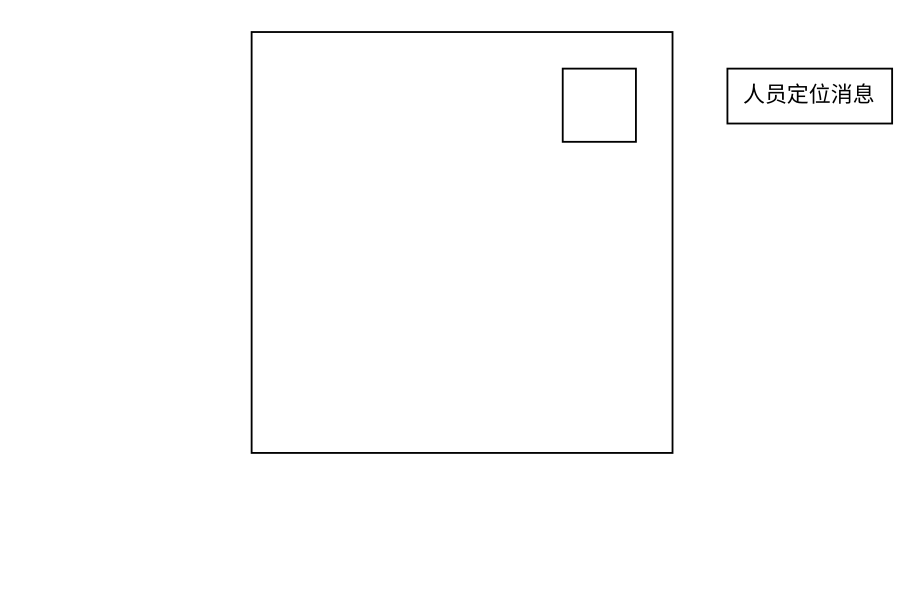
Before: 未命名绘图.drawio in tongchengjiushi/blog, a draw.io diagram. Source tidied: cells renumbered, new cells numbered last; positions are measured from the earlier drawing's top-left corner, leaving out a move shared by most shapes. Both pictures are drawn from the tidied source at 183%, with x=0, y=0 at pixel (251, 31).
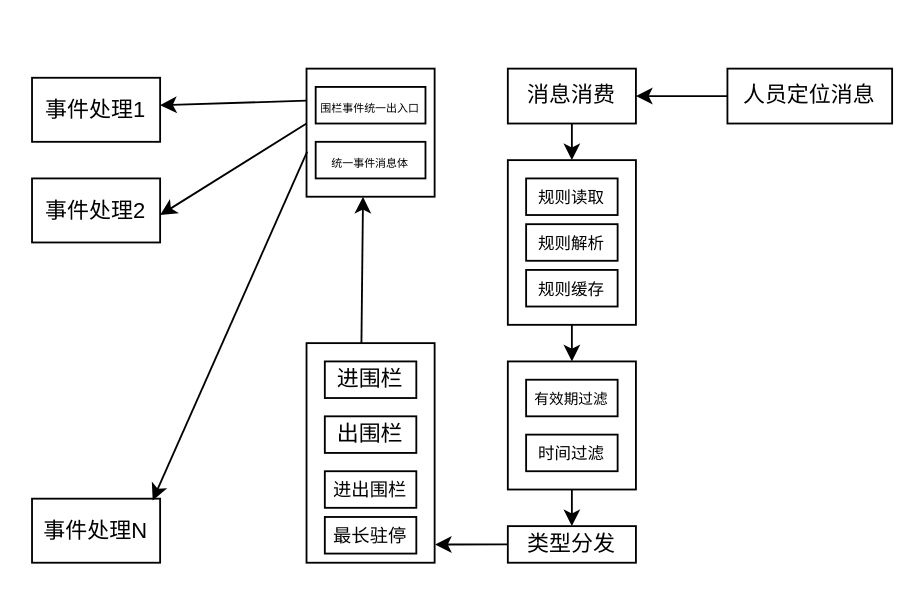
After the change.

Commit message:
围栏整体流程.drawio

The change refers to these unchanged cells:
```xml
<mxCell id="4" value="人员定位消息" style="rounded=0;whiteSpace=wrap;html=1;" parent="1" vertex="1">
  <mxGeometry x="260" y="20" width="90" height="30" as="geometry" />
</mxCell>
```

The edit, as a diff of the source:
```diff
@@
-    <mxCell id="2" style="whiteSpace=wrap;html=1;" parent="1" vertex="1">
-      <mxGeometry width="230" height="230" as="geometry" />
-    </mxCell>
-    <mxCell id="3" style="whiteSpace=wrap;html=1;" parent="1" vertex="1">
-      <mxGeometry x="170" y="20" width="40" height="40" as="geometry" />
-    </mxCell>
@@
+    <mxCell id="5" value="消息消费" style="rounded=0;whiteSpace=wrap;html=1;" parent="1" vertex="1">
+      <mxGeometry x="140" y="20" width="70" height="30" as="geometry" />
+    </mxCell>
+    <mxCell id="6" style="rounded=0;whiteSpace=wrap;html=1;" parent="1" vertex="1">
+      <mxGeometry x="140" y="70" width="70" height="90" as="geometry" />
+    </mxCell>
+    <mxCell id="7" value="&lt;font style=&quot;font-size: 9px;&quot;&gt;规则读取&lt;/font&gt;" style="rounded=0;whiteSpace=wrap;html=1;" parent="1" vertex="1">
+      <mxGeometry x="150" y="80" width="50" height="20" as="geometry" />
+    </mxCell>
+    <mxCell id="8" value="&lt;font style=&quot;font-size: 9px;&quot;&gt;规则解析&lt;/font&gt;" style="rounded=0;whiteSpace=wrap;html=1;" parent="1" vertex="1">
+      <mxGeometry x="150" y="105" width="50" height="20" as="geometry" />
+    </mxCell>
+    <mxCell id="9" value="&lt;font style=&quot;font-size: 9px;&quot;&gt;规则缓存&lt;/font&gt;" style="rounded=0;whiteSpace=wrap;html=1;" parent="1" vertex="1">
+      <mxGeometry x="150" y="130" width="50" height="20" as="geometry" />
+    </mxCell>
+    <mxCell id="10" style="rounded=0;whiteSpace=wrap;html=1;" parent="1" vertex="1">
+      <mxGeometry x="140" y="180" width="70" height="70" as="geometry" />
+    </mxCell>
+    <mxCell id="11" value="&lt;font style=&quot;font-size: 8px;&quot;&gt;有效期过滤&lt;/font&gt;" style="rounded=0;whiteSpace=wrap;html=1;" parent="1" vertex="1">
+      <mxGeometry x="150" y="190" width="50" height="20" as="geometry" />
+    </mxCell>
+    <mxCell id="12" value="&lt;font style=&quot;font-size: 9px;&quot;&gt;时间过滤&lt;/font&gt;" style="rounded=0;whiteSpace=wrap;html=1;" parent="1" vertex="1">
+      <mxGeometry x="150" y="220" width="50" height="20" as="geometry" />
+    </mxCell>
+    <mxCell id="13" value="类型分发" style="rounded=0;whiteSpace=wrap;html=1;" parent="1" vertex="1">
+      <mxGeometry x="140" y="270" width="70" height="20" as="geometry" />
+    </mxCell>
+    <mxCell id="14" style="rounded=0;whiteSpace=wrap;html=1;" parent="1" vertex="1">
+      <mxGeometry x="30" y="170" width="70" height="120" as="geometry" />
+    </mxCell>
+    <mxCell id="15" value="进围栏" style="rounded=0;whiteSpace=wrap;html=1;" parent="1" vertex="1">
+      <mxGeometry x="40" y="180" width="50" height="20" as="geometry" />
+    </mxCell>
+    <mxCell id="16" value="出围栏" style="rounded=0;whiteSpace=wrap;html=1;" parent="1" vertex="1">
+      <mxGeometry x="40" y="210" width="50" height="20" as="geometry" />
+    </mxCell>
+    <mxCell id="17" value="&lt;font style=&quot;font-size: 10px;&quot;&gt;进出围栏&lt;/font&gt;" style="rounded=0;whiteSpace=wrap;html=1;" parent="1" vertex="1">
+      <mxGeometry x="40" y="240" width="50" height="20" as="geometry" />
+    </mxCell>
+    <mxCell id="18" value="&lt;font style=&quot;font-size: 10px;&quot;&gt;最长驻停&lt;/font&gt;" style="rounded=0;whiteSpace=wrap;html=1;" parent="1" vertex="1">
+      <mxGeometry x="40" y="265" width="50" height="20" as="geometry" />
+    </mxCell>
+    <mxCell id="19" style="rounded=0;whiteSpace=wrap;html=1;" parent="1" vertex="1">
+      <mxGeometry x="30" y="20" width="70" height="70" as="geometry" />
+    </mxCell>
+    <mxCell id="20" value="&lt;font style=&quot;font-size: 6px;&quot;&gt;围栏事件统一出入口&lt;/font&gt;" style="rounded=0;whiteSpace=wrap;html=1;" parent="1" vertex="1">
+      <mxGeometry x="35" y="30" width="60" height="20" as="geometry" />
+    </mxCell>
+    <mxCell id="21" value="&lt;span style=&quot;font-size: 6px;&quot;&gt;统一事件消息体&lt;/span&gt;" style="rounded=0;whiteSpace=wrap;html=1;" parent="1" vertex="1">
+      <mxGeometry x="35" y="60" width="60" height="20" as="geometry" />
+    </mxCell>
+    <mxCell id="22" value="事件处理1" style="rounded=0;whiteSpace=wrap;html=1;" parent="1" vertex="1">
+      <mxGeometry x="-120" y="25" width="70" height="35" as="geometry" />
+    </mxCell>
+    <mxCell id="23" value="事件处理N" style="rounded=0;whiteSpace=wrap;html=1;" parent="1" vertex="1">
+      <mxGeometry x="-120" y="255" width="70" height="35" as="geometry" />
+    </mxCell>
+    <mxCell id="24" value="事件处理2" style="rounded=0;whiteSpace=wrap;html=1;" parent="1" vertex="1">
+      <mxGeometry x="-120" y="80" width="70" height="35" as="geometry" />
+    </mxCell>
+    <mxCell id="25" style="endArrow=classic;html=1;rounded=0;exitX=0;exitY=0.25;exitDx=0;exitDy=0;" parent="1" edge="1" source="19">
+      <mxGeometry relative="1" as="geometry">
+        <mxPoint x="-50" y="40" as="targetPoint" />
+      </mxGeometry>
+    </mxCell>
+    <mxCell id="26" style="endArrow=classic;html=1;rounded=0;exitX=0;exitY=0.429;exitDx=0;exitDy=0;exitPerimeter=0;" parent="1" edge="1" source="19">
+      <mxGeometry relative="1" as="geometry">
+        <mxPoint x="-50" y="100" as="targetPoint" />
+      </mxGeometry>
+    </mxCell>
+    <mxCell id="27" style="endArrow=classic;html=1;rounded=0;exitX=0.005;exitY=0.648;exitDx=0;exitDy=0;exitPerimeter=0;entryX=0.942;entryY=0.027;entryDx=0;entryDy=0;entryPerimeter=0;" parent="1" edge="1" source="19" target="23">
+      <mxGeometry relative="1" as="geometry" />
+    </mxCell>
+    <mxCell id="28" style="endArrow=classic;html=1;rounded=0;exitX=0;exitY=0.5;exitDx=0;exitDy=0;" parent="1" edge="1" source="4" target="5">
+      <mxGeometry relative="1" as="geometry" />
+    </mxCell>
+    <mxCell id="29" style="endArrow=classic;html=1;rounded=0;exitX=0.5;exitY=1;exitDx=0;exitDy=0;entryX=0.5;entryY=0;entryDx=0;entryDy=0;" parent="1" edge="1" source="5" target="6">
+      <mxGeometry relative="1" as="geometry" />
+    </mxCell>
+    <mxCell id="30" style="endArrow=classic;html=1;rounded=0;exitX=0.5;exitY=1;exitDx=0;exitDy=0;entryX=0.5;entryY=0;entryDx=0;entryDy=0;" parent="1" edge="1" source="6" target="10">
+      <mxGeometry relative="1" as="geometry" />
+    </mxCell>
+    <mxCell id="31" style="endArrow=classic;html=1;rounded=0;exitX=0.5;exitY=1;exitDx=0;exitDy=0;" parent="1" edge="1" source="10" target="13">
+      <mxGeometry relative="1" as="geometry" />
+    </mxCell>
+    <mxCell id="32" style="endArrow=classic;html=1;rounded=0;exitX=0;exitY=0.5;exitDx=0;exitDy=0;entryX=1.003;entryY=0.917;entryDx=0;entryDy=0;entryPerimeter=0;" parent="1" edge="1" source="13" target="14">
+      <mxGeometry relative="1" as="geometry" />
+    </mxCell>
+    <mxCell id="33" style="endArrow=classic;html=1;rounded=0;entryX=0.441;entryY=1.001;entryDx=0;entryDy=0;entryPerimeter=0;" parent="1" edge="1" target="19">
+      <mxGeometry relative="1" as="geometry">
+        <mxPoint x="60" y="170" as="sourcePoint" />
+      </mxGeometry>
+    </mxCell>
```
